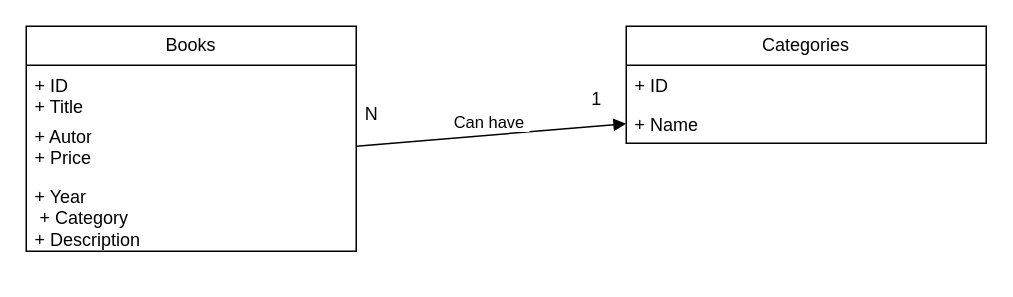
luckevey/sps-fullstack-zadani keeps this draw.io diagram as diagram.drawio. Above is the earlier version. Source tidied: cells renumbered, new cells numbered last; positions are measured from the earlier drawing's top-left corner, leaving out a move shared by most shapes. Both pictures are drawn from the tidied source at 150%, with x=0, y=0 at pixel (26, 26).
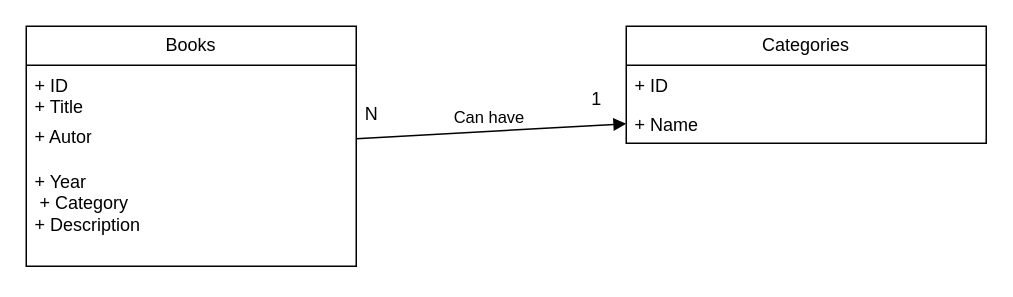
The same page after the edit.

The edit, as a diff of the source:
```diff
@@
 <mxGraphModel>
   <root>
     <mxCell id="0" />
     <mxCell id="1" parent="0" />
     <mxCell id="2" value="Books" style="swimlane;fontStyle=0;horizontal=1;startSize=26;fillColor=none;whiteSpace=wrap;html=1;" parent="1" vertex="1">
-      <mxGeometry width="220" height="150" as="geometry" />
+      <mxGeometry width="220" height="160" as="geometry" />
     </mxCell>
     <mxCell id="3" value="+ ID&lt;div&gt;+ Title&lt;/div&gt;" style="text;strokeColor=none;fillColor=none;align=left;verticalAlign=top;spacingLeft=4;spacingRight=4;overflow=hidden;whiteSpace=wrap;html=1;" parent="2" vertex="1">
       <mxGeometry y="26" width="220" height="34" as="geometry" />
     </mxCell>
-    <mxCell id="4" value="+ Autor&lt;div&gt;+ Price&lt;/div&gt;" style="text;strokeColor=none;fillColor=none;align=left;verticalAlign=top;spacingLeft=4;spacingRight=4;overflow=hidden;points=[[0,0.5],[1,0.5]];portConstraint=eastwest;whiteSpace=wrap;html=1;" parent="2" vertex="1">
-      <mxGeometry y="60" width="220" height="40" as="geometry" />
+    <mxCell id="4" value="+ Autor&lt;div&gt;&lt;br&gt;&lt;/div&gt;" style="text;strokeColor=none;fillColor=none;align=left;verticalAlign=top;spacingLeft=4;spacingRight=4;overflow=hidden;points=[[0,0.5],[1,0.5]];portConstraint=eastwest;whiteSpace=wrap;html=1;" parent="2" vertex="1">
+      <mxGeometry y="60" width="220" height="30" as="geometry" />
     </mxCell>
     <mxCell id="5" value="+ Year&lt;div&gt;&amp;nbsp;+ Category&lt;/div&gt;&lt;div&gt;+ Description&lt;/div&gt;" style="text;strokeColor=none;fillColor=none;align=left;verticalAlign=top;spacingLeft=4;spacingRight=4;overflow=hidden;whiteSpace=wrap;html=1;" parent="2" vertex="1">
-      <mxGeometry y="100" width="220" height="50" as="geometry" />
+      <mxGeometry y="90" width="220" height="70" as="geometry" />
     </mxCell>
     <mxCell id="6" value="Categories" style="swimlane;fontStyle=0;horizontal=1;startSize=26;fillColor=none;whiteSpace=wrap;html=1;" parent="1" vertex="1">
       <mxGeometry x="400" width="240" height="78" as="geometry" />
     </mxCell>
     <mxCell id="7" value="+ ID" style="text;strokeColor=none;fillColor=none;align=left;verticalAlign=top;spacingLeft=4;spacingRight=4;overflow=hidden;whiteSpace=wrap;html=1;" parent="6" vertex="1">
       <mxGeometry y="26" width="240" height="26" as="geometry" />
     </mxCell>
     <mxCell id="8" value="+ Name" style="text;strokeColor=none;fillColor=none;align=left;verticalAlign=top;spacingLeft=4;spacingRight=4;overflow=hidden;points=[[0,0.5],[1,0.5]];portConstraint=eastwest;whiteSpace=wrap;html=1;" parent="6" vertex="1">
       <mxGeometry y="52" width="240" height="26" as="geometry" />
     </mxCell>
     <mxCell id="9" value="Can have&amp;nbsp;" style="html=1;verticalAlign=bottom;endArrow=block;curved=0;rounded=0;exitX=1;exitY=0.5;exitDx=0;exitDy=0;entryX=0;entryY=0.5;entryDx=0;entryDy=0;" parent="1" edge="1" source="4" target="8">
       <mxGeometry relative="1" as="geometry" />
     </mxCell>
     <mxCell id="10" value="N" style="text;html=1;align=center;verticalAlign=middle;strokeColor=none;fillColor=none;" parent="1" vertex="1">
       <mxGeometry x="215" y="44" width="30" height="30" as="geometry" />
     </mxCell>
     <mxCell id="11" value="1" style="text;html=1;align=center;verticalAlign=middle;strokeColor=none;fillColor=none;" parent="1" vertex="1">
       <mxGeometry x="365" y="34" width="30" height="30" as="geometry" />
     </mxCell>
   </root>
 </mxGraphModel>
```
